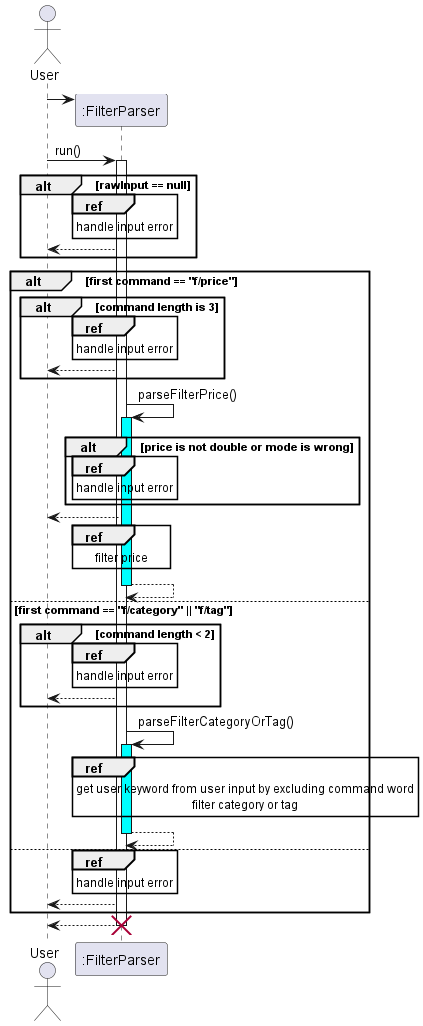
Before: docs/UML/Filter/FilterSequence.png, a diagram exported from PlantUML (nus-cs2113-AY2223S2/tp).
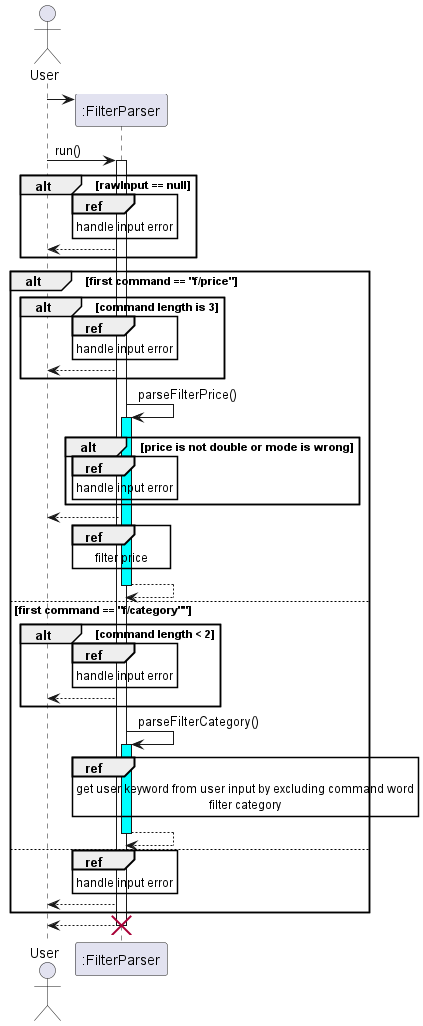
Later version of the same file.

Diff of the diagram source:
```diff
@@ -31,18 +31,18 @@
         filter price
     end ref
     return
-else first command == "f/category" || "f/tag"
+else first command == "f/category""
     alt command length < 2
         ref over ":FilterParser"
             handle input error
         end ref
         ":FilterParser" --> User
     end
-    ":FilterParser" -> ":FilterParser": parseFilterCategoryOrTag()
+    ":FilterParser" -> ":FilterParser": parseFilterCategory()
     activate ":FilterParser" #cyan
     ref over ":FilterParser"
         get user keyword from user input by excluding command word
-        filter category or tag
+        filter category
     end ref
     return
 else
```
